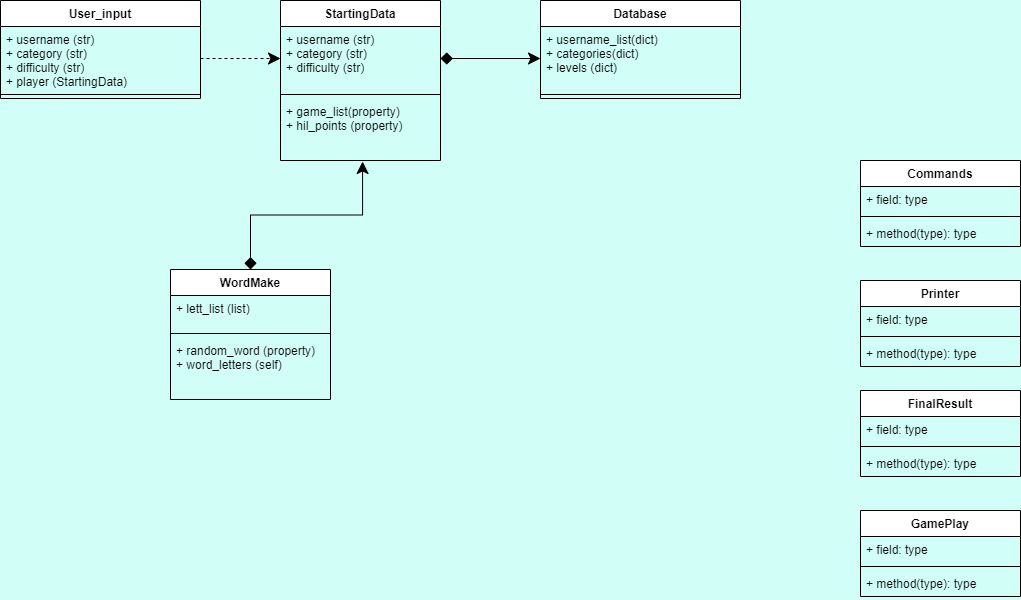
Before: hangman/images/hangman_class_diagram.png, a diagram exported from draw.io (jordrag/Exercises). Source tidied: cells renumbered, new cells last; positions are measured from the earlier drawing's top-left corner, leaving out a move shared by most shapes. Its diagram source:
```xml
<mxGraphModel background="#D1FFF7">
  <root>
    <mxCell id="0" />
    <mxCell id="1" parent="0" />
    <mxCell id="2" value="Database" style="swimlane;fontStyle=1;align=center;verticalAlign=top;horizontal=1;startSize=26;" parent="1" vertex="1">
      <mxGeometry x="540" width="200" height="98" as="geometry" />
    </mxCell>
    <mxCell id="3" value="+ username_list(dict)&#10;+ categories(dict)&#10;+ levels (dict)" style="text;strokeColor=none;fillColor=none;align=left;verticalAlign=top;spacingLeft=4;spacingRight=4;overflow=hidden;points=[[0,0.5],[1,0.5]];portConstraint=eastwest;" parent="2" vertex="1">
      <mxGeometry y="26" width="200" height="64" as="geometry" />
    </mxCell>
    <mxCell id="4" style="line;strokeWidth=1;fillColor=none;align=left;verticalAlign=middle;spacingTop=-1;spacingLeft=3;spacingRight=3;labelPosition=right;strokeColor=inherit;" parent="2" vertex="1">
      <mxGeometry y="90" width="200" height="8" as="geometry" />
    </mxCell>
    <mxCell id="5" value="StartingData" style="swimlane;fontStyle=1;align=center;verticalAlign=top;horizontal=1;startSize=26;" parent="1" vertex="1">
      <mxGeometry x="280" width="160" height="160" as="geometry" />
    </mxCell>
    <mxCell id="6" value="+ username (str)&#10;+ category (str)&#10;+ difficulty (str)" style="text;strokeColor=none;fillColor=none;align=left;verticalAlign=top;spacingLeft=4;spacingRight=4;overflow=hidden;points=[[0,0.5],[1,0.5]];portConstraint=eastwest;" parent="5" vertex="1">
      <mxGeometry y="26" width="160" height="64" as="geometry" />
    </mxCell>
    <mxCell id="7" style="line;strokeWidth=1;fillColor=none;align=left;verticalAlign=middle;spacingTop=-1;spacingLeft=3;spacingRight=3;labelPosition=right;strokeColor=inherit;" parent="5" vertex="1">
      <mxGeometry y="90" width="160" height="8" as="geometry" />
    </mxCell>
    <mxCell id="8" value="+ game_list(property)&#10;+ hil_points (property)" style="text;strokeColor=none;fillColor=none;align=left;verticalAlign=top;spacingLeft=4;spacingRight=4;overflow=hidden;points=[[0,0.5],[1,0.5]];portConstraint=eastwest;" parent="5" vertex="1">
      <mxGeometry y="98" width="160" height="62" as="geometry" />
    </mxCell>
    <mxCell id="9" value="GamePlay" style="swimlane;fontStyle=1;align=center;verticalAlign=top;horizontal=1;startSize=26;" parent="1" vertex="1">
      <mxGeometry x="860" y="510" width="160" height="86" as="geometry" />
    </mxCell>
    <mxCell id="10" value="+ field: type" style="text;strokeColor=none;fillColor=none;align=left;verticalAlign=top;spacingLeft=4;spacingRight=4;overflow=hidden;points=[[0,0.5],[1,0.5]];portConstraint=eastwest;" parent="9" vertex="1">
      <mxGeometry y="26" width="160" height="26" as="geometry" />
    </mxCell>
    <mxCell id="11" style="line;strokeWidth=1;fillColor=none;align=left;verticalAlign=middle;spacingTop=-1;spacingLeft=3;spacingRight=3;labelPosition=right;strokeColor=inherit;" parent="9" vertex="1">
      <mxGeometry y="52" width="160" height="8" as="geometry" />
    </mxCell>
    <mxCell id="12" value="+ method(type): type" style="text;strokeColor=none;fillColor=none;align=left;verticalAlign=top;spacingLeft=4;spacingRight=4;overflow=hidden;points=[[0,0.5],[1,0.5]];portConstraint=eastwest;" parent="9" vertex="1">
      <mxGeometry y="60" width="160" height="26" as="geometry" />
    </mxCell>
    <mxCell id="13" value="Commands" style="swimlane;fontStyle=1;align=center;verticalAlign=top;horizontal=1;startSize=26;" parent="1" vertex="1">
      <mxGeometry x="860" y="160" width="160" height="86" as="geometry" />
    </mxCell>
    <mxCell id="14" value="+ field: type" style="text;strokeColor=none;fillColor=none;align=left;verticalAlign=top;spacingLeft=4;spacingRight=4;overflow=hidden;" parent="13" vertex="1">
      <mxGeometry y="26" width="160" height="26" as="geometry" />
    </mxCell>
    <mxCell id="15" style="line;strokeWidth=1;fillColor=none;align=left;verticalAlign=middle;spacingTop=-1;spacingLeft=3;spacingRight=3;labelPosition=right;strokeColor=inherit;" parent="13" vertex="1">
      <mxGeometry y="52" width="160" height="8" as="geometry" />
    </mxCell>
    <mxCell id="16" value="+ method(type): type" style="text;strokeColor=none;fillColor=none;align=left;verticalAlign=top;spacingLeft=4;spacingRight=4;overflow=hidden;points=[[0,0.5],[1,0.5]];portConstraint=eastwest;" parent="13" vertex="1">
      <mxGeometry y="60" width="160" height="26" as="geometry" />
    </mxCell>
    <mxCell id="17" value="FinalResult" style="swimlane;fontStyle=1;align=center;verticalAlign=top;horizontal=1;startSize=26;" parent="1" vertex="1">
      <mxGeometry x="860" y="390" width="160" height="86" as="geometry" />
    </mxCell>
    <mxCell id="18" value="+ field: type" style="text;strokeColor=none;fillColor=none;align=left;verticalAlign=top;spacingLeft=4;spacingRight=4;overflow=hidden;" parent="17" vertex="1">
      <mxGeometry y="26" width="160" height="26" as="geometry" />
    </mxCell>
    <mxCell id="19" style="line;strokeWidth=1;fillColor=none;align=left;verticalAlign=middle;spacingTop=-1;spacingLeft=3;spacingRight=3;labelPosition=right;strokeColor=inherit;" parent="17" vertex="1">
      <mxGeometry y="52" width="160" height="8" as="geometry" />
    </mxCell>
    <mxCell id="20" value="+ method(type): type" style="text;strokeColor=none;fillColor=none;align=left;verticalAlign=top;spacingLeft=4;spacingRight=4;overflow=hidden;points=[[0,0.5],[1,0.5]];portConstraint=eastwest;" parent="17" vertex="1">
      <mxGeometry y="60" width="160" height="26" as="geometry" />
    </mxCell>
    <mxCell id="21" value="Printer" style="swimlane;fontStyle=1;align=center;verticalAlign=top;horizontal=1;startSize=26;" parent="1" vertex="1">
      <mxGeometry x="860" y="280" width="160" height="86" as="geometry" />
    </mxCell>
    <mxCell id="22" value="+ field: type" style="text;strokeColor=none;fillColor=none;align=left;verticalAlign=top;spacingLeft=4;spacingRight=4;overflow=hidden;" parent="21" vertex="1">
      <mxGeometry y="26" width="160" height="26" as="geometry" />
    </mxCell>
    <mxCell id="23" style="line;strokeWidth=1;fillColor=none;align=left;verticalAlign=middle;spacingTop=-1;spacingLeft=3;spacingRight=3;labelPosition=right;strokeColor=inherit;" parent="21" vertex="1">
      <mxGeometry y="52" width="160" height="8" as="geometry" />
    </mxCell>
    <mxCell id="24" value="+ method(type): type" style="text;strokeColor=none;fillColor=none;align=left;verticalAlign=top;spacingLeft=4;spacingRight=4;overflow=hidden;" parent="21" vertex="1">
      <mxGeometry y="60" width="160" height="26" as="geometry" />
    </mxCell>
    <mxCell id="25" value="User_input" style="swimlane;fontStyle=1;align=center;verticalAlign=top;horizontal=1;startSize=26;" parent="1" vertex="1">
      <mxGeometry width="200" height="98" as="geometry" />
    </mxCell>
    <mxCell id="26" value="+ username (str)&#10;+ category (str)&#10;+ difficulty (str)&#10;+ player (StartingData)" style="text;strokeColor=none;fillColor=none;align=left;verticalAlign=top;spacingLeft=4;spacingRight=4;overflow=hidden;points=[[0,0.5],[1,0.5]];portConstraint=eastwest;" parent="25" vertex="1">
      <mxGeometry y="26" width="200" height="64" as="geometry" />
    </mxCell>
    <mxCell id="27" style="line;strokeWidth=1;fillColor=none;align=left;verticalAlign=middle;spacingTop=-1;spacingLeft=3;spacingRight=3;labelPosition=right;strokeColor=inherit;" parent="25" vertex="1">
      <mxGeometry y="90" width="200" height="8" as="geometry" />
    </mxCell>
    <mxCell id="28" style="edgeStyle=orthogonalEdgeStyle;rounded=0;jettySize=auto;html=1;exitX=0.5;exitY=0;exitDx=0;exitDy=0;entryX=0.513;entryY=1.016;entryDx=0;entryDy=0;entryPerimeter=0;startArrow=diamond;startFill=1;endArrow=classic;endFill=1;startSize=10;endSize=10;" parent="1" edge="1" source="29" target="8">
      <mxGeometry relative="1" as="geometry" />
    </mxCell>
    <mxCell id="29" value="WordMake" style="swimlane;fontStyle=1;align=center;verticalAlign=top;horizontal=1;startSize=26;" parent="1" vertex="1">
      <mxGeometry x="170" y="269" width="160" height="130" as="geometry" />
    </mxCell>
    <mxCell id="30" value="+ lett_list (list)&#10;" style="text;strokeColor=none;fillColor=none;align=left;verticalAlign=top;spacingLeft=4;spacingRight=4;overflow=hidden;" parent="29" vertex="1">
      <mxGeometry y="26" width="160" height="34" as="geometry" />
    </mxCell>
    <mxCell id="31" style="line;strokeWidth=1;fillColor=none;align=left;verticalAlign=middle;spacingTop=-1;spacingLeft=3;spacingRight=3;labelPosition=right;strokeColor=inherit;" parent="29" vertex="1">
      <mxGeometry y="60" width="160" height="8" as="geometry" />
    </mxCell>
    <mxCell id="32" value="+ random_word (property)&#10;+ word_letters (self)" style="text;strokeColor=none;fillColor=none;align=left;verticalAlign=top;spacingLeft=4;spacingRight=4;overflow=hidden;" parent="29" vertex="1">
      <mxGeometry y="68" width="160" height="62" as="geometry" />
    </mxCell>
    <mxCell id="33" style="edgeStyle=orthogonalEdgeStyle;rounded=0;jettySize=auto;html=1;exitX=1;exitY=0.5;exitDx=0;exitDy=0;entryX=0;entryY=0.5;entryDx=0;entryDy=0;startArrow=none;startFill=0;endArrow=classic;endFill=1;startSize=10;endSize=10;dashed=1;" parent="1" edge="1" source="26" target="6">
      <mxGeometry relative="1" as="geometry" />
    </mxCell>
    <mxCell id="34" style="edgeStyle=orthogonalEdgeStyle;rounded=0;jettySize=auto;html=1;exitX=1;exitY=0.5;exitDx=0;exitDy=0;entryX=0;entryY=0.5;entryDx=0;entryDy=0;startArrow=diamond;startFill=1;endArrow=classic;endFill=1;startSize=10;endSize=10;" parent="1" edge="1" source="6" target="3">
      <mxGeometry relative="1" as="geometry" />
    </mxCell>
  </root>
</mxGraphModel>
```
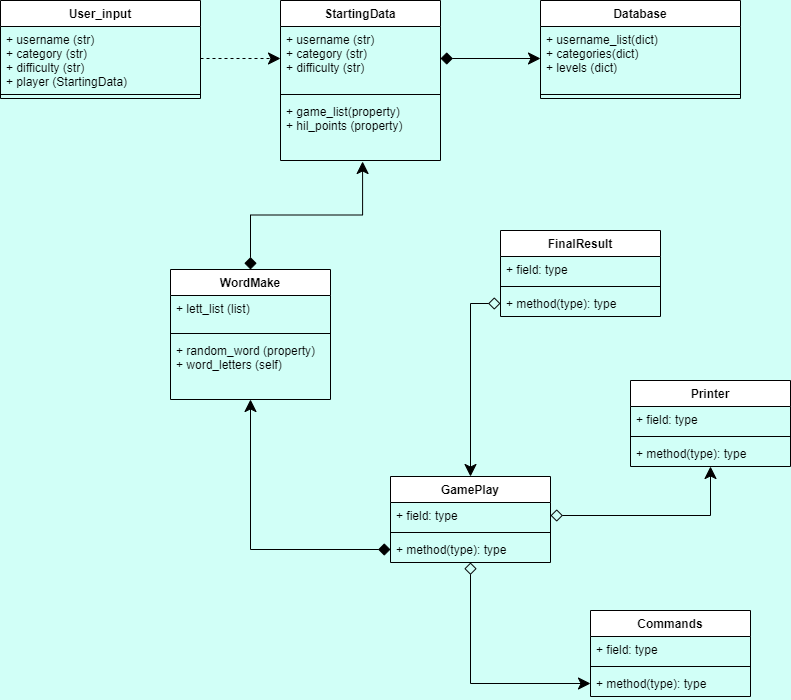
The same file after the commit.

Diff of the diagram source:
```diff
@@ -23,8 +23,11 @@
     <mxCell id="8" value="+ game_list(property)&#10;+ hil_points (property)" style="text;strokeColor=none;fillColor=none;align=left;verticalAlign=top;spacingLeft=4;spacingRight=4;overflow=hidden;points=[[0,0.5],[1,0.5]];portConstraint=eastwest;" parent="5" vertex="1">
       <mxGeometry y="98" width="160" height="62" as="geometry" />
     </mxCell>
+    <mxCell id="35" style="edgeStyle=orthogonalEdgeStyle;rounded=0;jettySize=auto;html=1;startArrow=diamond;startFill=0;endArrow=classic;endFill=1;startSize=10;endSize=10;" parent="1" edge="1" source="9" target="16">
+      <mxGeometry relative="1" as="geometry" />
+    </mxCell>
     <mxCell id="9" value="GamePlay" style="swimlane;fontStyle=1;align=center;verticalAlign=top;horizontal=1;startSize=26;" parent="1" vertex="1">
-      <mxGeometry x="860" y="510" width="160" height="86" as="geometry" />
+      <mxGeometry x="390" y="476" width="160" height="86" as="geometry" />
     </mxCell>
     <mxCell id="10" value="+ field: type" style="text;strokeColor=none;fillColor=none;align=left;verticalAlign=top;spacingLeft=4;spacingRight=4;overflow=hidden;points=[[0,0.5],[1,0.5]];portConstraint=eastwest;" parent="9" vertex="1">
       <mxGeometry y="26" width="160" height="26" as="geometry" />
@@ -36,7 +39,7 @@
       <mxGeometry y="60" width="160" height="26" as="geometry" />
     </mxCell>
     <mxCell id="13" value="Commands" style="swimlane;fontStyle=1;align=center;verticalAlign=top;horizontal=1;startSize=26;" parent="1" vertex="1">
-      <mxGeometry x="860" y="160" width="160" height="86" as="geometry" />
+      <mxGeometry x="590" y="610" width="160" height="86" as="geometry" />
     </mxCell>
     <mxCell id="14" value="+ field: type" style="text;strokeColor=none;fillColor=none;align=left;verticalAlign=top;spacingLeft=4;spacingRight=4;overflow=hidden;" parent="13" vertex="1">
       <mxGeometry y="26" width="160" height="26" as="geometry" />
@@ -48,7 +51,7 @@
       <mxGeometry y="60" width="160" height="26" as="geometry" />
     </mxCell>
     <mxCell id="17" value="FinalResult" style="swimlane;fontStyle=1;align=center;verticalAlign=top;horizontal=1;startSize=26;" parent="1" vertex="1">
-      <mxGeometry x="860" y="390" width="160" height="86" as="geometry" />
+      <mxGeometry x="500" y="230" width="160" height="86" as="geometry" />
     </mxCell>
     <mxCell id="18" value="+ field: type" style="text;strokeColor=none;fillColor=none;align=left;verticalAlign=top;spacingLeft=4;spacingRight=4;overflow=hidden;" parent="17" vertex="1">
       <mxGeometry y="26" width="160" height="26" as="geometry" />
@@ -60,7 +63,7 @@
       <mxGeometry y="60" width="160" height="26" as="geometry" />
     </mxCell>
     <mxCell id="21" value="Printer" style="swimlane;fontStyle=1;align=center;verticalAlign=top;horizontal=1;startSize=26;" parent="1" vertex="1">
-      <mxGeometry x="860" y="280" width="160" height="86" as="geometry" />
+      <mxGeometry x="630" y="380" width="160" height="86" as="geometry" />
     </mxCell>
     <mxCell id="22" value="+ field: type" style="text;strokeColor=none;fillColor=none;align=left;verticalAlign=top;spacingLeft=4;spacingRight=4;overflow=hidden;" parent="21" vertex="1">
       <mxGeometry y="26" width="160" height="26" as="geometry" />
@@ -101,5 +104,14 @@
     <mxCell id="34" style="edgeStyle=orthogonalEdgeStyle;rounded=0;jettySize=auto;html=1;exitX=1;exitY=0.5;exitDx=0;exitDy=0;entryX=0;entryY=0.5;entryDx=0;entryDy=0;startArrow=diamond;startFill=1;endArrow=classic;endFill=1;startSize=10;endSize=10;" parent="1" edge="1" source="6" target="3">
       <mxGeometry relative="1" as="geometry" />
     </mxCell>
+    <mxCell id="36" style="edgeStyle=orthogonalEdgeStyle;rounded=0;jettySize=auto;html=1;startArrow=diamond;startFill=1;endArrow=classic;endFill=1;startSize=10;endSize=10;" parent="1" edge="1" source="12" target="29">
+      <mxGeometry relative="1" as="geometry" />
+    </mxCell>
+    <mxCell id="37" style="edgeStyle=orthogonalEdgeStyle;rounded=0;jettySize=auto;html=1;startArrow=diamond;startFill=0;endArrow=classic;endFill=1;startSize=10;endSize=10;" parent="1" edge="1" source="10" target="21">
+      <mxGeometry relative="1" as="geometry" />
+    </mxCell>
+    <mxCell id="38" style="edgeStyle=orthogonalEdgeStyle;rounded=0;jettySize=auto;html=1;startArrow=diamond;startFill=0;endArrow=classic;endFill=1;startSize=10;endSize=10;" parent="1" edge="1" source="20" target="9">
+      <mxGeometry relative="1" as="geometry" />
+    </mxCell>
   </root>
 </mxGraphModel>
```
